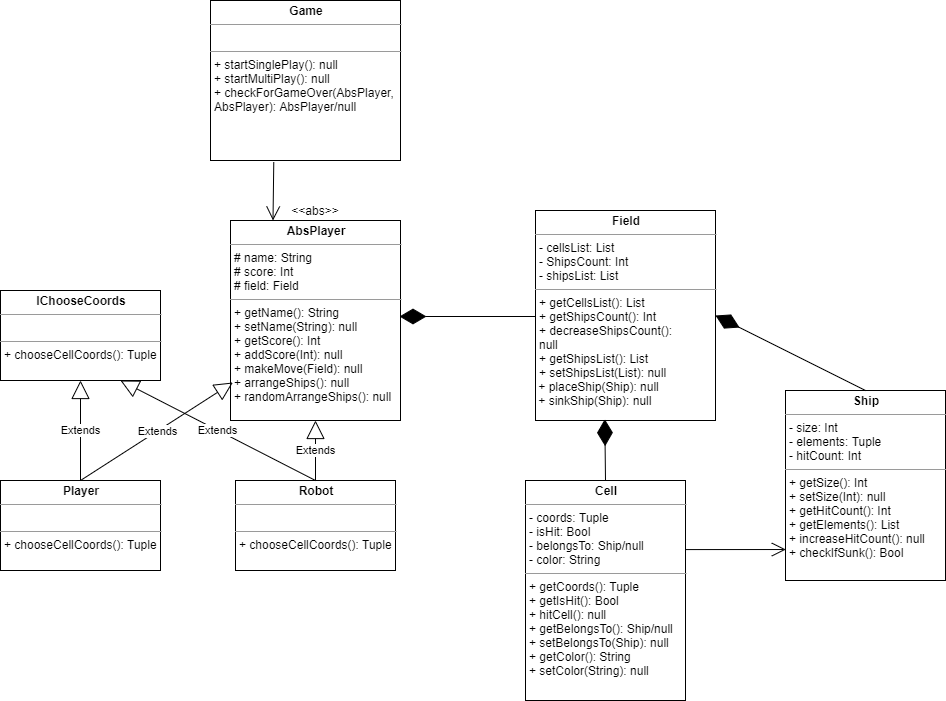
Before: uml.png, a diagram exported from draw.io (hlib-yudin/battleship). Source tidied: cells renumbered, new cells last; positions are measured from the earlier drawing's top-left corner, leaving out a move shared by most shapes.
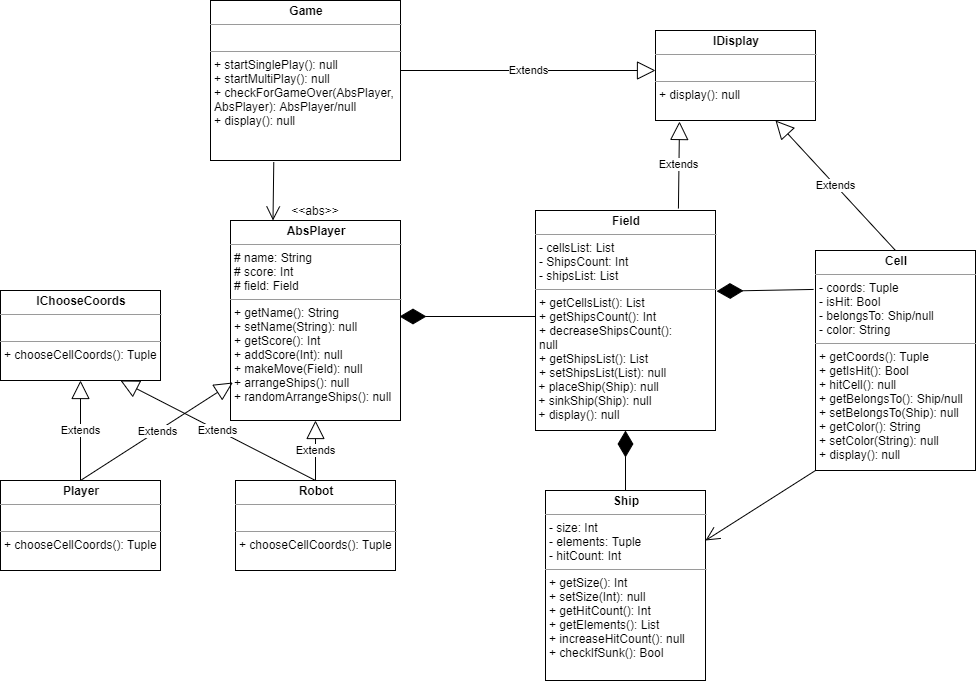
The same file after the commit.

Commit message:
added IDisplay to UML

Change to the diagram source:
```diff
@@ -2,7 +2,7 @@
   <root>
     <mxCell id="0" />
     <mxCell id="1" parent="0" />
-    <mxCell id="2" value="&lt;p style=&quot;margin: 0px ; margin-top: 4px ; text-align: center&quot;&gt;&lt;b&gt;Game&lt;/b&gt;&lt;/p&gt;&lt;hr size=&quot;1&quot;&gt;&lt;p style=&quot;margin: 0px ; margin-left: 4px&quot;&gt;&lt;br&gt;&lt;/p&gt;&lt;hr size=&quot;1&quot;&gt;&lt;p style=&quot;margin: 0px ; margin-left: 4px&quot;&gt;+ startSinglePlay(): null&lt;/p&gt;&lt;p style=&quot;margin: 0px ; margin-left: 4px&quot;&gt;+ startMultiPlay(): null&lt;/p&gt;&lt;p style=&quot;margin: 0px ; margin-left: 4px&quot;&gt;+ checkForGameOver(AbsPlayer,&amp;nbsp;&lt;/p&gt;&lt;p style=&quot;margin: 0px ; margin-left: 4px&quot;&gt;AbsPlayer): AbsPlayer/null&lt;/p&gt;&lt;p style=&quot;margin: 0px ; margin-left: 4px&quot;&gt;&lt;br&gt;&lt;/p&gt;" style="verticalAlign=top;align=left;overflow=fill;fontSize=12;fontFamily=Helvetica;html=1;" parent="1" vertex="1">
+    <mxCell id="2" value="&lt;p style=&quot;margin: 0px ; margin-top: 4px ; text-align: center&quot;&gt;&lt;b&gt;Game&lt;/b&gt;&lt;/p&gt;&lt;hr size=&quot;1&quot;&gt;&lt;p style=&quot;margin: 0px ; margin-left: 4px&quot;&gt;&lt;br&gt;&lt;/p&gt;&lt;hr size=&quot;1&quot;&gt;&lt;p style=&quot;margin: 0px ; margin-left: 4px&quot;&gt;+ startSinglePlay(): null&lt;/p&gt;&lt;p style=&quot;margin: 0px ; margin-left: 4px&quot;&gt;+ startMultiPlay(): null&lt;/p&gt;&lt;p style=&quot;margin: 0px ; margin-left: 4px&quot;&gt;+ checkForGameOver(AbsPlayer,&amp;nbsp;&lt;/p&gt;&lt;p style=&quot;margin: 0px ; margin-left: 4px&quot;&gt;AbsPlayer): AbsPlayer/null&lt;/p&gt;&lt;p style=&quot;margin: 0px ; margin-left: 4px&quot;&gt;+ display(): null&lt;/p&gt;&lt;p style=&quot;margin: 0px ; margin-left: 4px&quot;&gt;&lt;br&gt;&lt;/p&gt;" style="verticalAlign=top;align=left;overflow=fill;fontSize=12;fontFamily=Helvetica;html=1;" parent="1" vertex="1">
       <mxGeometry x="210" width="190" height="160" as="geometry" />
     </mxCell>
     <mxCell id="3" value="&lt;p style=&quot;margin: 0px ; margin-top: 4px ; text-align: center&quot;&gt;&lt;b&gt;AbsPlayer&lt;/b&gt;&lt;/p&gt;&lt;hr size=&quot;1&quot;&gt;&lt;p style=&quot;margin: 0px ; margin-left: 4px&quot;&gt;# name: String&lt;/p&gt;&lt;p style=&quot;margin: 0px ; margin-left: 4px&quot;&gt;# score: Int&lt;/p&gt;&lt;p style=&quot;margin: 0px ; margin-left: 4px&quot;&gt;# field: Field&lt;/p&gt;&lt;hr size=&quot;1&quot;&gt;&lt;p style=&quot;margin: 0px ; margin-left: 4px&quot;&gt;+ getName(): String&lt;/p&gt;&lt;p style=&quot;margin: 0px ; margin-left: 4px&quot;&gt;+ setName(String): null&lt;/p&gt;&lt;p style=&quot;margin: 0px ; margin-left: 4px&quot;&gt;+ getScore(): Int&lt;/p&gt;&lt;p style=&quot;margin: 0px ; margin-left: 4px&quot;&gt;+ addScore(Int): null&lt;/p&gt;&lt;p style=&quot;margin: 0px ; margin-left: 4px&quot;&gt;+ makeMove(Field): null&lt;/p&gt;&lt;p style=&quot;margin: 0px ; margin-left: 4px&quot;&gt;+ arrangeShips(): null&lt;/p&gt;&lt;p style=&quot;margin: 0px ; margin-left: 4px&quot;&gt;+ randomArrangeShips(): null&lt;/p&gt;" style="verticalAlign=top;align=left;overflow=fill;fontSize=12;fontFamily=Helvetica;html=1;" parent="1" vertex="1">
@@ -23,8 +23,8 @@
     <mxCell id="8" style="endArrow=open;endFill=1;endSize=12;html=1;entryX=0.25;entryY=0;entryDx=0;entryDy=0;exitX=0.333;exitY=1.011;exitDx=0;exitDy=0;exitPerimeter=0;" parent="1" edge="1" source="2" target="3">
       <mxGeometry relative="1" as="geometry" />
     </mxCell>
-    <mxCell id="9" value="&lt;p style=&quot;margin: 0px ; margin-top: 4px ; text-align: center&quot;&gt;&lt;b&gt;Field&lt;/b&gt;&lt;/p&gt;&lt;hr size=&quot;1&quot;&gt;&lt;p style=&quot;margin: 0px ; margin-left: 4px&quot;&gt;- cellsList: List&lt;/p&gt;&lt;p style=&quot;margin: 0px ; margin-left: 4px&quot;&gt;- ShipsCount: Int&lt;/p&gt;&lt;p style=&quot;margin: 0px ; margin-left: 4px&quot;&gt;- shipsList: List&lt;br&gt;&lt;/p&gt;&lt;hr size=&quot;1&quot;&gt;&lt;p style=&quot;margin: 0px ; margin-left: 4px&quot;&gt;+ getCellsList(): List&lt;/p&gt;&lt;p style=&quot;margin: 0px ; margin-left: 4px&quot;&gt;+ getShipsCount(): Int&lt;/p&gt;&lt;p style=&quot;margin: 0px ; margin-left: 4px&quot;&gt;+ decreaseShipsCount():&amp;nbsp;&lt;/p&gt;&lt;p style=&quot;margin: 0px ; margin-left: 4px&quot;&gt;null&lt;/p&gt;&lt;p style=&quot;margin: 0px ; margin-left: 4px&quot;&gt;+ getShipsList(): List&lt;/p&gt;&lt;p style=&quot;margin: 0px ; margin-left: 4px&quot;&gt;+ setShipsList(List): null&lt;/p&gt;&amp;nbsp;+ placeShip(Ship): null&lt;br&gt;&amp;nbsp;+ sinkShip(Ship): null&lt;br&gt;&lt;p style=&quot;margin: 0px ; margin-left: 4px&quot;&gt;&amp;nbsp;&lt;/p&gt;&lt;p style=&quot;margin: 0px ; margin-left: 4px&quot;&gt;&lt;br&gt;&lt;/p&gt;&lt;p style=&quot;margin: 0px ; margin-left: 4px&quot;&gt;&lt;br&gt;&lt;/p&gt;" style="verticalAlign=top;align=left;overflow=fill;fontSize=12;fontFamily=Helvetica;html=1;" parent="1" vertex="1">
-      <mxGeometry x="535" y="210" width="180" height="210" as="geometry" />
+    <mxCell id="9" value="&lt;p style=&quot;margin: 0px ; margin-top: 4px ; text-align: center&quot;&gt;&lt;b&gt;Field&lt;/b&gt;&lt;/p&gt;&lt;hr size=&quot;1&quot;&gt;&lt;p style=&quot;margin: 0px ; margin-left: 4px&quot;&gt;- cellsList: List&lt;/p&gt;&lt;p style=&quot;margin: 0px ; margin-left: 4px&quot;&gt;- ShipsCount: Int&lt;/p&gt;&lt;p style=&quot;margin: 0px ; margin-left: 4px&quot;&gt;- shipsList: List&lt;br&gt;&lt;/p&gt;&lt;hr size=&quot;1&quot;&gt;&lt;p style=&quot;margin: 0px ; margin-left: 4px&quot;&gt;+ getCellsList(): List&lt;/p&gt;&lt;p style=&quot;margin: 0px ; margin-left: 4px&quot;&gt;+ getShipsCount(): Int&lt;/p&gt;&lt;p style=&quot;margin: 0px ; margin-left: 4px&quot;&gt;+ decreaseShipsCount():&amp;nbsp;&lt;/p&gt;&lt;p style=&quot;margin: 0px ; margin-left: 4px&quot;&gt;null&lt;/p&gt;&lt;p style=&quot;margin: 0px ; margin-left: 4px&quot;&gt;+ getShipsList(): List&lt;/p&gt;&lt;p style=&quot;margin: 0px ; margin-left: 4px&quot;&gt;+ setShipsList(List): null&lt;/p&gt;&amp;nbsp;+ placeShip(Ship): null&lt;br&gt;&amp;nbsp;+ sinkShip(Ship): null&lt;br&gt;&amp;nbsp;+ display(): null&lt;br&gt;&lt;p style=&quot;margin: 0px ; margin-left: 4px&quot;&gt;&amp;nbsp;&lt;/p&gt;&lt;p style=&quot;margin: 0px ; margin-left: 4px&quot;&gt;&lt;br&gt;&lt;/p&gt;&lt;p style=&quot;margin: 0px ; margin-left: 4px&quot;&gt;&lt;br&gt;&lt;/p&gt;" style="verticalAlign=top;align=left;overflow=fill;fontSize=12;fontFamily=Helvetica;html=1;" parent="1" vertex="1">
+      <mxGeometry x="535" y="210" width="180" height="220" as="geometry" />
     </mxCell>
     <mxCell id="10" style="endArrow=diamondThin;endFill=1;endSize=24;html=1;exitX=0;exitY=0.5;exitDx=0;exitDy=0;" parent="1" edge="1">
       <mxGeometry relative="1" as="geometry">
@@ -32,8 +32,8 @@
         <mxPoint x="399" y="316" as="targetPoint" />
       </mxGeometry>
     </mxCell>
-    <mxCell id="11" value="&lt;p style=&quot;margin: 0px ; margin-top: 4px ; text-align: center&quot;&gt;&lt;b&gt;Cell&lt;/b&gt;&lt;/p&gt;&lt;hr size=&quot;1&quot;&gt;&lt;p style=&quot;margin: 0px ; margin-left: 4px&quot;&gt;- coords: Tuple&lt;/p&gt;&lt;p style=&quot;margin: 0px ; margin-left: 4px&quot;&gt;- isHit: Bool&lt;/p&gt;&lt;p style=&quot;margin: 0px ; margin-left: 4px&quot;&gt;- belongsTo: Ship/null&lt;/p&gt;&lt;p style=&quot;margin: 0px ; margin-left: 4px&quot;&gt;- color: String&lt;/p&gt;&lt;hr size=&quot;1&quot;&gt;&lt;p style=&quot;margin: 0px ; margin-left: 4px&quot;&gt;+ getCoords(): Tuple&lt;/p&gt;&lt;p style=&quot;margin: 0px ; margin-left: 4px&quot;&gt;+ getIsHit(): Bool&lt;/p&gt;&lt;p style=&quot;margin: 0px ; margin-left: 4px&quot;&gt;+ hitCell(): null&lt;/p&gt;&lt;p style=&quot;margin: 0px ; margin-left: 4px&quot;&gt;+ getBelongsTo(): Ship/null&lt;/p&gt;&lt;p style=&quot;margin: 0px ; margin-left: 4px&quot;&gt;+ setBelongsTo(Ship): null&lt;/p&gt;&lt;p style=&quot;margin: 0px ; margin-left: 4px&quot;&gt;+ getColor(): String&lt;/p&gt;&lt;p style=&quot;margin: 0px ; margin-left: 4px&quot;&gt;+ setColor(String): null&lt;/p&gt;" style="verticalAlign=top;align=left;overflow=fill;fontSize=12;fontFamily=Helvetica;html=1;" parent="1" vertex="1">
-      <mxGeometry x="525" y="480" width="160" height="220" as="geometry" />
+    <mxCell id="11" value="&lt;p style=&quot;margin: 0px ; margin-top: 4px ; text-align: center&quot;&gt;&lt;b&gt;Cell&lt;/b&gt;&lt;/p&gt;&lt;hr size=&quot;1&quot;&gt;&lt;p style=&quot;margin: 0px ; margin-left: 4px&quot;&gt;- coords: Tuple&lt;/p&gt;&lt;p style=&quot;margin: 0px ; margin-left: 4px&quot;&gt;- isHit: Bool&lt;/p&gt;&lt;p style=&quot;margin: 0px ; margin-left: 4px&quot;&gt;- belongsTo: Ship/null&lt;/p&gt;&lt;p style=&quot;margin: 0px ; margin-left: 4px&quot;&gt;- color: String&lt;/p&gt;&lt;hr size=&quot;1&quot;&gt;&lt;p style=&quot;margin: 0px ; margin-left: 4px&quot;&gt;+ getCoords(): Tuple&lt;/p&gt;&lt;p style=&quot;margin: 0px ; margin-left: 4px&quot;&gt;+ getIsHit(): Bool&lt;/p&gt;&lt;p style=&quot;margin: 0px ; margin-left: 4px&quot;&gt;+ hitCell(): null&lt;/p&gt;&lt;p style=&quot;margin: 0px ; margin-left: 4px&quot;&gt;+ getBelongsTo(): Ship/null&lt;/p&gt;&lt;p style=&quot;margin: 0px ; margin-left: 4px&quot;&gt;+ setBelongsTo(Ship): null&lt;/p&gt;&lt;p style=&quot;margin: 0px ; margin-left: 4px&quot;&gt;+ getColor(): String&lt;/p&gt;&lt;p style=&quot;margin: 0px ; margin-left: 4px&quot;&gt;+ setColor(String): null&lt;/p&gt;&lt;p style=&quot;margin: 0px ; margin-left: 4px&quot;&gt;+ display(): null&lt;/p&gt;" style="verticalAlign=top;align=left;overflow=fill;fontSize=12;fontFamily=Helvetica;html=1;" parent="1" vertex="1">
+      <mxGeometry x="815" y="250" width="160" height="220" as="geometry" />
     </mxCell>
     <mxCell id="12" value="Extends" style="endArrow=block;endSize=16;endFill=0;html=1;exitX=0.5;exitY=0;exitDx=0;exitDy=0;entryX=0.5;entryY=1;entryDx=0;entryDy=0;" parent="1" edge="1" source="5" target="4">
       <mxGeometry relative="1" as="geometry" />
@@ -47,17 +47,34 @@
     <mxCell id="15" value="Extends" style="endArrow=block;endSize=16;endFill=0;html=1;exitX=0.5;exitY=0;exitDx=0;exitDy=0;entryX=0.75;entryY=1;entryDx=0;entryDy=0;" parent="1" edge="1" source="6" target="4">
       <mxGeometry relative="1" as="geometry" />
     </mxCell>
-    <mxCell id="16" style="endArrow=diamondThin;endFill=1;endSize=24;html=1;exitX=0.5;exitY=0;exitDx=0;exitDy=0;entryX=0.385;entryY=0.994;entryDx=0;entryDy=0;entryPerimeter=0;" parent="1" edge="1" source="11" target="9">
+    <mxCell id="16" style="endArrow=diamondThin;endFill=1;endSize=24;html=1;exitX=-0.012;exitY=0.177;exitDx=0;exitDy=0;entryX=1.006;entryY=0.367;entryDx=0;entryDy=0;entryPerimeter=0;exitPerimeter=0;" parent="1" edge="1" source="11" target="9">
       <mxGeometry relative="1" as="geometry" />
     </mxCell>
     <mxCell id="17" value="&lt;p style=&quot;margin: 0px ; margin-top: 4px ; text-align: center&quot;&gt;&lt;b&gt;Ship&lt;/b&gt;&lt;/p&gt;&lt;hr size=&quot;1&quot;&gt;&lt;p style=&quot;margin: 0px ; margin-left: 4px&quot;&gt;- size: Int&lt;/p&gt;&lt;p style=&quot;margin: 0px ; margin-left: 4px&quot;&gt;- elements: Tuple&lt;/p&gt;&lt;p style=&quot;margin: 0px ; margin-left: 4px&quot;&gt;- hitCount: Int&lt;/p&gt;&lt;hr size=&quot;1&quot;&gt;&lt;p style=&quot;margin: 0px ; margin-left: 4px&quot;&gt;+ getSize(): Int&lt;/p&gt;&lt;p style=&quot;margin: 0px ; margin-left: 4px&quot;&gt;+ setSize(Int): null&lt;/p&gt;&lt;p style=&quot;margin: 0px ; margin-left: 4px&quot;&gt;+ getHitCount(): Int&lt;/p&gt;&lt;p style=&quot;margin: 0px ; margin-left: 4px&quot;&gt;+ getElements(): List&lt;/p&gt;&lt;p style=&quot;margin: 0px ; margin-left: 4px&quot;&gt;+ increaseHitCount(): null&lt;/p&gt;&lt;p style=&quot;margin: 0px ; margin-left: 4px&quot;&gt;+ checkIfSunk(): Bool&lt;/p&gt;&lt;p style=&quot;margin: 0px ; margin-left: 4px&quot;&gt;&lt;br&gt;&lt;/p&gt;&lt;p style=&quot;margin: 0px ; margin-left: 4px&quot;&gt;&lt;br&gt;&lt;/p&gt;" style="verticalAlign=top;align=left;overflow=fill;fontSize=12;fontFamily=Helvetica;html=1;" parent="1" vertex="1">
-      <mxGeometry x="785" y="390" width="160" height="190" as="geometry" />
+      <mxGeometry x="545" y="490" width="160" height="190" as="geometry" />
     </mxCell>
-    <mxCell id="18" style="endArrow=open;endFill=1;endSize=12;html=1;entryX=0.002;entryY=0.837;entryDx=0;entryDy=0;exitX=1.002;exitY=0.314;exitDx=0;exitDy=0;exitPerimeter=0;entryPerimeter=0;" parent="1" edge="1" source="11" target="17">
-      <mxGeometry relative="1" as="geometry" />
+    <mxCell id="18" style="endArrow=open;endFill=1;endSize=12;html=1;exitX=0;exitY=1;exitDx=0;exitDy=0;" parent="1" edge="1" source="11">
+      <mxGeometry relative="1" as="geometry">
+        <mxPoint x="705" y="540" as="targetPoint" />
+      </mxGeometry>
     </mxCell>
-    <mxCell id="19" style="endArrow=diamondThin;endFill=1;endSize=24;html=1;exitX=0.5;exitY=0;exitDx=0;exitDy=0;entryX=1;entryY=0.5;entryDx=0;entryDy=0;" parent="1" edge="1" source="17" target="9">
+    <mxCell id="19" style="endArrow=diamondThin;endFill=1;endSize=24;html=1;exitX=0.5;exitY=0;exitDx=0;exitDy=0;entryX=0.5;entryY=1;entryDx=0;entryDy=0;" parent="1" edge="1" source="17" target="9">
       <mxGeometry relative="1" as="geometry" />
     </mxCell>
+    <mxCell id="20" value="&lt;p style=&quot;margin: 0px ; margin-top: 4px ; text-align: center&quot;&gt;&lt;b&gt;IDisplay&lt;/b&gt;&lt;/p&gt;&lt;hr size=&quot;1&quot;&gt;&lt;p style=&quot;margin: 0px ; margin-left: 4px&quot;&gt;&lt;br&gt;&lt;/p&gt;&lt;hr size=&quot;1&quot;&gt;&lt;p style=&quot;margin: 0px ; margin-left: 4px&quot;&gt;+ display(): null&lt;/p&gt;" style="verticalAlign=top;align=left;overflow=fill;fontSize=12;fontFamily=Helvetica;html=1;" parent="1" vertex="1">
+      <mxGeometry x="655" y="30" width="160" height="90" as="geometry" />
+    </mxCell>
+    <mxCell id="21" value="Extends" style="endArrow=block;endSize=16;endFill=0;html=1;" parent="1" edge="1">
+      <mxGeometry relative="1" as="geometry">
+        <mxPoint x="400" y="70" as="sourcePoint" />
+        <mxPoint x="655" y="70" as="targetPoint" />
+      </mxGeometry>
+    </mxCell>
+    <mxCell id="22" value="Extends" style="endArrow=block;endSize=16;endFill=0;html=1;exitX=0.794;exitY=-0.009;exitDx=0;exitDy=0;exitPerimeter=0;entryX=0.15;entryY=1.011;entryDx=0;entryDy=0;entryPerimeter=0;" parent="1" edge="1" source="9" target="20">
+      <mxGeometry relative="1" as="geometry" />
+    </mxCell>
+    <mxCell id="23" value="Extends" style="endArrow=block;endSize=16;endFill=0;html=1;entryX=0.75;entryY=1;entryDx=0;entryDy=0;exitX=0.5;exitY=0;exitDx=0;exitDy=0;" parent="1" edge="1" source="11" target="20">
+      <mxGeometry relative="1" as="geometry" />
+    </mxCell>
   </root>
 </mxGraphModel>
```
